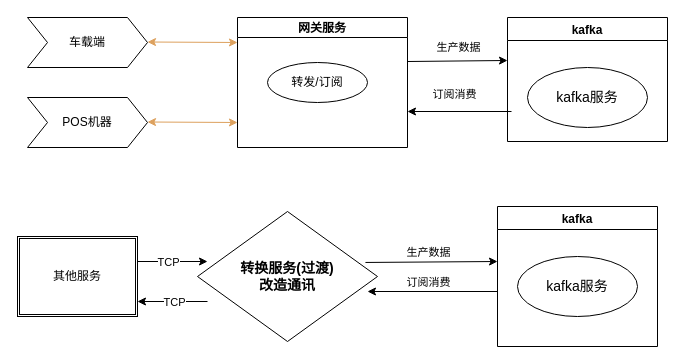
yupeng2015/draw keeps this draw.io diagram as 分段结构.drawio. Above is the earlier version. Source tidied: cells renumbered, new cells numbered last; positions are measured from the earlier drawing's top-left corner, leaving out a move shared by most shapes. Both pictures are drawn from the tidied source at 100%, with x=0, y=0 at pixel (17, 17).
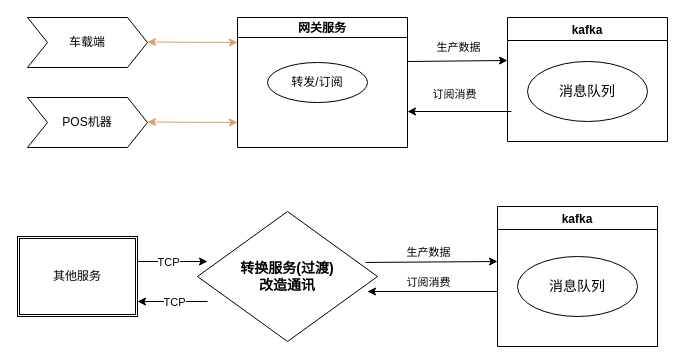
The same page after the edit.

Unchanged cells that the change refers to:
```xml
<mxCell id="2" value="kafka" style="swimlane;" parent="1" vertex="1">
  <mxGeometry x="480" y="189" width="160" height="140" as="geometry" />
</mxCell>
<mxCell id="20" value="kafka" style="swimlane;" parent="1" vertex="1">
  <mxGeometry x="490" width="160" height="124" as="geometry" />
</mxCell>
```

Diff of the diagram source:
```diff
@@
-    <mxCell id="3" value="kafka服务" style="ellipse;whiteSpace=wrap;html=1;rounded=0;sketch=0;fontSize=14;" parent="2" vertex="1">
+    <mxCell id="3" value="消息队列" style="ellipse;whiteSpace=wrap;html=1;rounded=0;sketch=0;fontSize=14;" parent="2" vertex="1">
       <mxGeometry x="20" y="50" width="120" height="60" as="geometry" />
     </mxCell>
@@
-    <mxCell id="21" value="kafka服务" style="ellipse;whiteSpace=wrap;html=1;rounded=0;sketch=0;fontSize=14;" parent="20" vertex="1">
-      <mxGeometry x="20" y="50" width="120" height="60" as="geometry" />
+    <mxCell id="21" value="消息队列" style="ellipse;whiteSpace=wrap;html=1;rounded=0;sketch=0;fontSize=14;" parent="20" vertex="1">
+      <mxGeometry x="20" y="44" width="120" height="60" as="geometry" />
     </mxCell>
```
